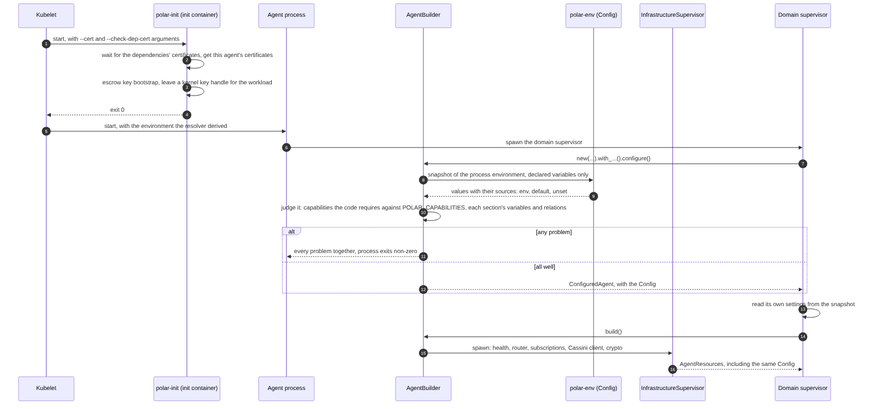
Earlier version of the Mermaid export docs/architecture/sequences/general/configuration_startup.png (cmu-sei/Polar). Its source is kept beside it as docs/architecture/sequences/general/configuration_startup.mmd. Source of this version:
```mermaid

sequenceDiagram
    autonumber
    participant KL as Kubelet
    participant PI as polar-init (init container)
    participant AG as Agent process
    participant AB as AgentBuilder
    participant PE as polar-env (Config)
    participant IS as InfrastructureSupervisor
    participant DS as Domain supervisor

    KL->>PI: start, with --cert and --check-dep-cert arguments
    PI->>PI: wait for the dependencies' certificates, get this agent's certificates
    PI->>PI: escrow key bootstrap, leave a kernel key handle for the workload
    PI-->>KL: exit 0
    KL->>AG: start, with the environment the resolver derived
    AG->>DS: spawn the domain supervisor
    DS->>AB: new(...).with_...().configure()
    AB->>PE: snapshot of the process environment, declared variables only
    PE-->>AB: values with their sources: env, default, unset
    AB->>AB: judge it: capabilities the code requires against POLAR_CAPABILITIES, each section's variables and relations
    alt any problem
        AB-->>AG: every problem together, process exits non-zero
    else all well
        AB-->>DS: ConfiguredAgent, with the Config
    end
    DS->>DS: read its own settings from the snapshot
    DS->>AB: build()
    AB->>IS: spawn: health, router, subscriptions, Cassini client, crypto
    IS-->>DS: AgentResources, including the same Config
```
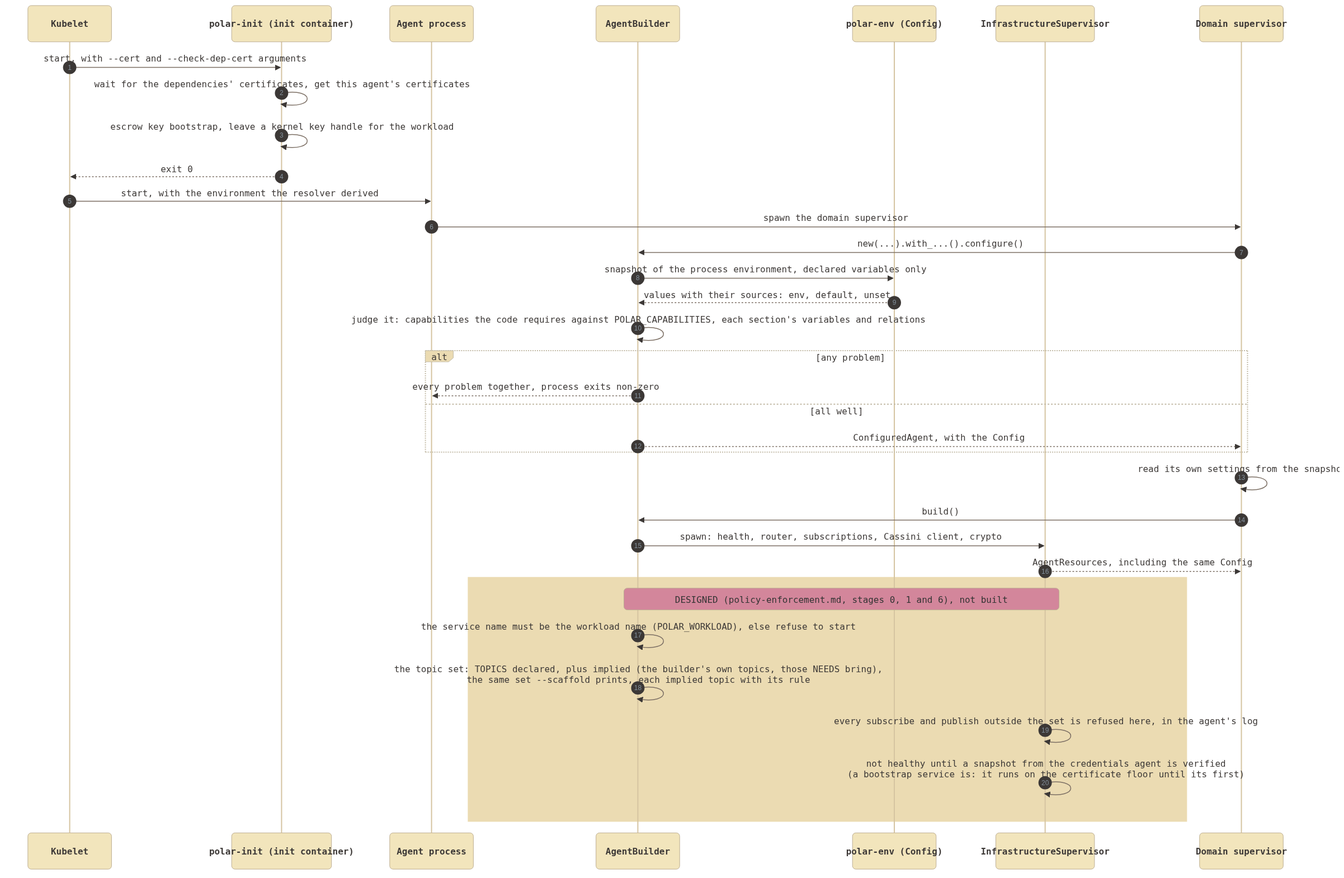
After the commit.

Diff of the diagram source:
```diff
@@ -28,3 +28,11 @@
     DS->>AB: build()
     AB->>IS: spawn: health, router, subscriptions, Cassini client, crypto
     IS-->>DS: AgentResources, including the same Config
+
+    rect rgb(235, 219, 178)
+    Note over AB,IS: DESIGNED (policy-enforcement.md, stages 0, 1 and 6), not built
+    AB->>AB: the service name must be the workload name (POLAR_WORKLOAD), else refuse to start
+    AB->>AB: the topic set: TOPICS declared, plus implied (the builder's own topics, those NEEDS bring),<br/>the same set --scaffold prints, each implied topic with its rule
+    IS->>IS: every subscribe and publish outside the set is refused here, in the agent's log
+    IS->>IS: not healthy until a snapshot from the credentials agent is verified<br/>(a bootstrap service is: it runs on the certificate floor until its first)
+    end
```
